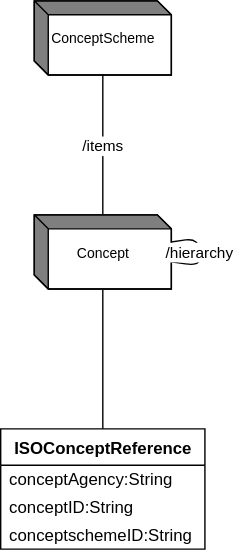
Above: docs/information_model/media/sdmx_conceptscheme-conceptschemerelationship.svg in sdmx-twg/sdmx-im (draw.io), before the change. Source tidied: cells renumbered, new cells last; positions are measured from the earlier drawing's top-left corner, leaving out a move shared by most shapes.
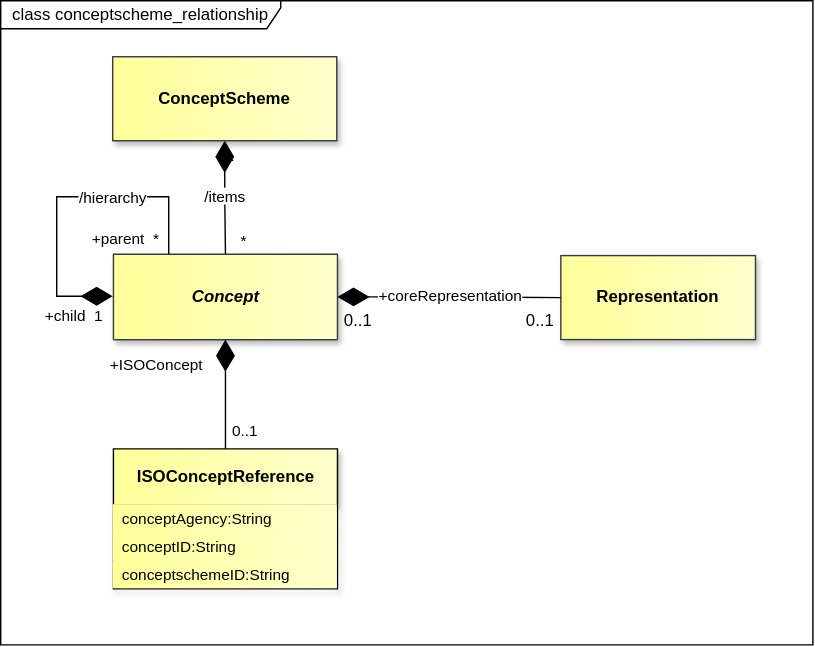
Later version of the same file.

What changed in the source:
```diff
@@ -2,38 +2,86 @@
   <root>
     <mxCell id="0" />
     <mxCell id="1" parent="0" />
+    <mxCell id="13" value="class conceptscheme_relationship" style="shape=umlFrame;whiteSpace=wrap;html=1;fillColor=light-dark(#FFFFFF,#121212);swimlaneFillColor=light-dark(#FFFFFF,#121212);width=200;height=20;" parent="1" vertex="1">
+      <mxGeometry x="-310" y="-103" width="580" height="460" as="geometry" />
+    </mxCell>
+    <mxCell id="14" value="&lt;font style=&quot;color: light-dark(rgb(0, 0, 0), rgb(255, 255, 255)); background-color: light-dark(rgb(255, 255, 255), rgb(0, 0, 0));&quot;&gt;/items&lt;/font&gt;" style="endArrow=none;html=1;endSize=12;startArrow=diamondThin;startSize=20;startFill=1;edgeStyle=orthogonalEdgeStyle;rounded=0;endFill=0;strokeColor=light-dark(#000000,#FFFFFF);fontColor=light-dark(#000000,#FFFFFF);labelBackgroundColor=none;exitX=0.5;exitY=1;exitDx=0;exitDy=0;entryX=0.5;entryY=0;entryDx=0;entryDy=0;" parent="1" edge="1" source="2" target="7">
+      <mxGeometry x="-0.01" relative="1" as="geometry" />
+    </mxCell>
+    <mxCell id="15" value="*" style="edgeLabel;html=1;align=right;verticalAlign=top;labelBackgroundColor=none;fontColor=light-dark(#000000,#FFFFFF);" parent="14" vertex="1">
+      <mxGeometry x="1" relative="1" as="geometry">
+        <mxPoint x="15" y="-23" as="offset" />
+      </mxGeometry>
+    </mxCell>
+    <mxCell id="16" value="1" style="edgeLabel;html=1;align=left;verticalAlign=top;labelBackgroundColor=none;fontColor=light-dark(#000000,#FFFFFF);" parent="1" vertex="1">
+      <mxGeometry x="-151" y="-5" as="geometry" />
+    </mxCell>
-    <mxCell id="2" value="ConceptScheme" style="shape=mxgraph.dfd.externalEntity;fontSize=10;" parent="1" vertex="1">
-      <mxGeometry x="24" width="98" height="53" as="geometry" />
+    <mxCell id="2" value="ConceptScheme" style="whiteSpace=wrap;html=1;verticalAlign=middle;gradientDirection=east;imageVerticalAlign=top;fontStyle=1;fillColor=light-dark(#FFFF99,#FFFF99);strokeColor=#36393d;fontColor=light-dark(#000000,#000000);gradientColor=light-dark(#FFFFCC,#FFFFCC);shadow=1;" parent="1" vertex="1">
+      <mxGeometry x="-230" y="-63" width="160" height="60" as="geometry" />
     </mxCell>
+    <mxCell id="7" value="Concept" style="swimlane;fontStyle=3;align=center;verticalAlign=middle;horizontal=1;startSize=61;whiteSpace=wrap;html=1;strokeColor=#36393d;fontFamily=Helvetica;fontSize=12;fillColor=light-dark(#FFFF99,#FFFF99);gradientDirection=east;gradientColor=light-dark(#FFFFCC,#FFFFCC);fontColor=light-dark(#000000,#000000);shadow=1;" parent="1" vertex="1">
+      <mxGeometry x="-229.5" y="78" width="160" height="61" as="geometry" />
+    </mxCell>
+    <mxCell id="17" value="Representation" style="whiteSpace=wrap;html=1;verticalAlign=middle;gradientDirection=east;imageVerticalAlign=top;fontStyle=1;fillColor=light-dark(#FFFF99,#FFFF99);strokeColor=#36393d;fontColor=light-dark(#000000,#000000);gradientColor=light-dark(#FFFFCC,#FFFFCC);shadow=1;" parent="1" vertex="1">
+      <mxGeometry x="90" y="79" width="139" height="60" as="geometry" />
+    </mxCell>
+    <mxCell id="18" value="&lt;span style=&quot;background-color: rgb(255, 255, 255);&quot;&gt;+coreRepresentation&lt;/span&gt;" style="endArrow=none;html=1;endSize=12;startArrow=diamondThin;startSize=20;startFill=1;edgeStyle=orthogonalEdgeStyle;rounded=0;endFill=0;strokeColor=light-dark(#000000,#FFFFFF);fontColor=light-dark(#000000,#FFFFFF);labelBackgroundColor=none;exitX=1;exitY=0.5;exitDx=0;exitDy=0;entryX=0;entryY=0.5;entryDx=0;entryDy=0;" parent="1" edge="1" source="7" target="17">
+      <mxGeometry y="-1" relative="1" as="geometry">
+        <mxPoint x="1" y="-2" as="offset" />
+      </mxGeometry>
+    </mxCell>
+    <mxCell id="19" value="0..1" style="edgeLabel;html=1;align=center;verticalAlign=middle;fontSize=12;" parent="18" vertex="1">
+      <mxGeometry x="-0.86" y="-5" relative="1" as="geometry">
+        <mxPoint x="3" y="12" as="offset" />
+      </mxGeometry>
+    </mxCell>
+    <mxCell id="20" value="0..1" style="edgeLabel;html=1;align=center;verticalAlign=middle;fontSize=12;" parent="18" vertex="1">
+      <mxGeometry x="0.82" relative="1" as="geometry">
+        <mxPoint x="-2" y="16" as="offset" />
+      </mxGeometry>
+    </mxCell>
-    <mxCell id="3" value="ISOConceptReference" style="swimlane;fontStyle=1;align=center;verticalAlign=top;horizontal=1;startSize=26;whiteSpace=wrap;html=1;" parent="1" vertex="1">
-      <mxGeometry y="306" width="146" height="86" as="geometry" />
+    <mxCell id="3" value="ISOConceptReference" style="swimlane;fontStyle=1;align=center;verticalAlign=middle;horizontal=1;startSize=40;whiteSpace=wrap;html=1;fillColor=light-dark(#FFFF99,#FFFF99);strokeColor=light-dark(#000000,#000000);gradientDirection=east;swimlaneLine=1;fontColor=light-dark(#000000,#000000);labelBackgroundColor=none;textShadow=0;gradientColor=light-dark(#FFFFCC,#FFFFCC);shadow=1;" parent="1" vertex="1">
+      <mxGeometry x="-229.5" y="217" width="160" height="100" as="geometry" />
     </mxCell>
-    <mxCell id="4" value="conceptAgency:String" style="text;strokeColor=none;fillColor=none;align=left;verticalAlign=middle;spacingLeft=4;spacingRight=4;overflow=hidden;whiteSpace=wrap;html=1;" parent="3" vertex="1">
-      <mxGeometry y="26" width="146" height="20" as="geometry" />
+    <mxCell id="4" value="conceptAgency:String" style="text;strokeColor=none;fillColor=light-dark(#FFFF99,#FFFF99);align=left;verticalAlign=middle;spacingLeft=4;spacingRight=4;overflow=hidden;whiteSpace=wrap;html=1;fontFamily=Helvetica;fontSize=11;fontColor=light-dark(#000000,#000000);gradientColor=light-dark(#FFFFCC,#FFFFCC);gradientDirection=east;" parent="3" vertex="1">
+      <mxGeometry y="40" width="160" height="20" as="geometry" />
     </mxCell>
-    <mxCell id="5" value="conceptID:String" style="text;strokeColor=none;fillColor=none;align=left;verticalAlign=middle;spacingLeft=4;spacingRight=4;overflow=hidden;whiteSpace=wrap;html=1;" parent="3" vertex="1">
-      <mxGeometry y="46" width="146" height="20" as="geometry" />
+    <mxCell id="5" value="conceptID:String" style="text;strokeColor=none;fillColor=light-dark(#FFFF99,#FFFF99);align=left;verticalAlign=middle;spacingLeft=4;spacingRight=4;overflow=hidden;whiteSpace=wrap;html=1;fontFamily=Helvetica;fontSize=11;fontColor=light-dark(#000000,#000000);gradientColor=light-dark(#FFFFCC,#FFFFCC);gradientDirection=east;" parent="3" vertex="1">
+      <mxGeometry y="60" width="160" height="20" as="geometry" />
     </mxCell>
-    <mxCell id="6" value="conceptschemeID:String" style="text;strokeColor=none;fillColor=none;align=left;verticalAlign=middle;spacingLeft=4;spacingRight=4;overflow=hidden;whiteSpace=wrap;html=1;" parent="3" vertex="1">
-      <mxGeometry y="66" width="146" height="20" as="geometry" />
+    <mxCell id="6" value="conceptschemeID:String" style="text;strokeColor=none;fillColor=light-dark(#FFFF99,#FFFF99);align=left;verticalAlign=middle;spacingLeft=4;spacingRight=4;overflow=hidden;whiteSpace=wrap;html=1;fontFamily=Helvetica;fontSize=11;fontColor=light-dark(#000000,#000000);gradientColor=light-dark(#FFFFCC,#FFFFCC);gradientDirection=east;" parent="3" vertex="1">
+      <mxGeometry y="80" width="160" height="20" as="geometry" />
     </mxCell>
-    <mxCell id="7" value="Concept" style="shape=mxgraph.dfd.externalEntity;fontSize=10;" parent="1" vertex="1">
-      <mxGeometry x="24" y="153" width="98" height="53" as="geometry" />
-    </mxCell>
-    <mxCell id="8" value="/items" style="endArrow=none;" parent="1" edge="1" source="7">
-      <mxGeometry relative="1" as="geometry" />
-    </mxCell>
-    <mxCell id="9" value="/items" style="endArrow=none;" parent="1" edge="1" source="7" target="2">
-      <mxGeometry relative="1" as="geometry" />
-    </mxCell>
-    <mxCell id="10" style="endArrow=none;" parent="1" edge="1" source="3" target="7">
-      <mxGeometry relative="1" as="geometry" />
-    </mxCell>
-    <mxCell id="11" style="endArrow=none;" parent="1" edge="1" target="7">
-      <mxGeometry relative="1" as="geometry" />
-    </mxCell>
+    <mxCell id="21" value="&lt;span style=&quot;background-color: rgb(255, 255, 255);&quot;&gt;+ISOConcept&lt;/span&gt;" style="endArrow=none;html=1;endSize=12;startArrow=diamondThin;startSize=20;startFill=1;edgeStyle=orthogonalEdgeStyle;rounded=0;endFill=0;strokeColor=light-dark(#000000,#FFFFFF);fontColor=light-dark(#000000,#FFFFFF);labelBackgroundColor=none;exitX=0.5;exitY=1;exitDx=0;exitDy=0;entryX=0.5;entryY=0;entryDx=0;entryDy=0;" parent="1" edge="1" source="7" target="3">
+      <mxGeometry x="-0.54" y="-51" relative="1" as="geometry">
+        <mxPoint x="1" as="offset" />
+      </mxGeometry>
+    </mxCell>
+    <mxCell id="22" value="0..1" style="edgeLabel;html=1;align=right;verticalAlign=top;labelBackgroundColor=none;fontColor=light-dark(#000000,#FFFFFF);" parent="21" vertex="1">
+      <mxGeometry x="1" relative="1" as="geometry">
+        <mxPoint x="23" y="-26" as="offset" />
+      </mxGeometry>
+    </mxCell>
-    <mxCell id="12" value="/hierarchy" style="endArrow=none;" parent="1" edge="1" source="7" target="7">
-      <mxGeometry relative="1" as="geometry" />
+    <mxCell id="12" value="&lt;span style=&quot;background-color: rgb(255, 255, 255);&quot;&gt;/hierarchy&lt;/span&gt;" style="endArrow=diamondThin;html=1;endSize=20;startArrow=none;startSize=20;startFill=0;edgeStyle=orthogonalEdgeStyle;rounded=0;endFill=1;strokeColor=light-dark(#000000,#FFFFFF);fontColor=light-dark(#000000,#FFFFFF);labelBackgroundColor=none;exitX=0.25;exitY=0;exitDx=0;exitDy=0;entryX=0;entryY=0.5;entryDx=0;entryDy=0;innerLoopWaypoints=1;" parent="1" edge="1">
+      <mxGeometry x="-0.3" y="1" relative="1" as="geometry">
+        <mxPoint x="-190" y="78" as="sourcePoint" />
+        <mxPoint x="-230" y="108" as="targetPoint" />
+        <Array as="points">
+          <mxPoint x="-190" y="37" />
+          <mxPoint x="-270" y="37" />
+          <mxPoint x="-270" y="108" />
+        </Array>
+      </mxGeometry>
     </mxCell>
+    <mxCell id="23" value="+child&amp;nbsp; 1" style="edgeLabel;html=1;align=left;verticalAlign=top;labelBackgroundColor=none;fontColor=light-dark(#000000,#FFFFFF);" parent="12" vertex="1">
+      <mxGeometry x="0.09" relative="1" as="geometry">
+        <mxPoint x="-10" y="66" as="offset" />
+      </mxGeometry>
+    </mxCell>
+    <mxCell id="24" value="+parent&amp;nbsp; *" style="edgeLabel;html=1;align=center;verticalAlign=middle;fontSize=11;" parent="12" vertex="1">
+      <mxGeometry x="-0.95" y="1" relative="1" as="geometry">
+        <mxPoint x="-31" y="-6" as="offset" />
+      </mxGeometry>
+    </mxCell>
   </root>
 </mxGraphModel>
```
